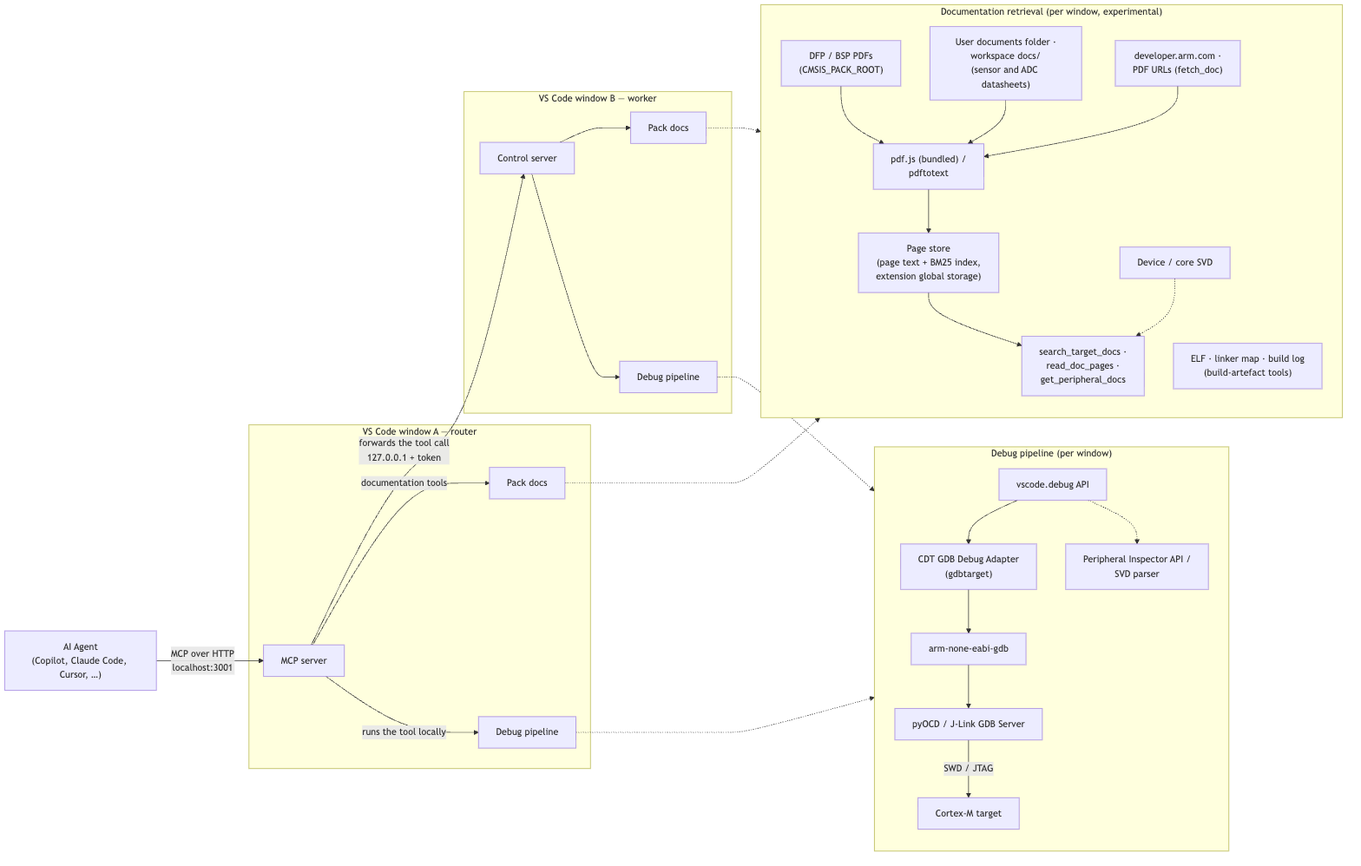
The Mermaid diagram assets/architecture.png in MatthiasHertelArm/CMSIS-Developer-Assistant, before a commit. Its source is kept beside it as assets/architecture.mmd.
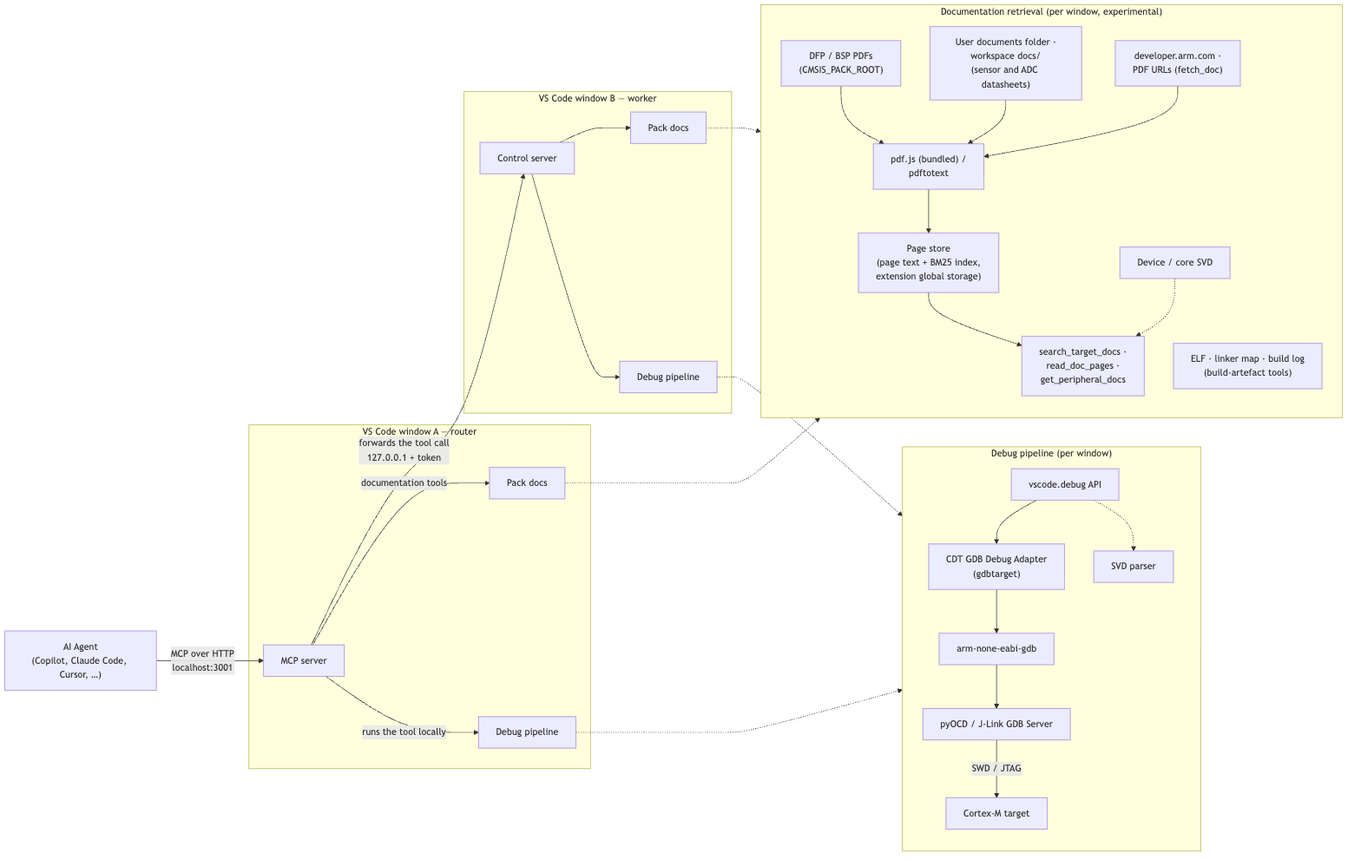
The same diagram one commit later.

Commit message:
Peripheral reads no longer probe the Peripheral Inspector

Diff of the diagram source:
```diff
@@ -48,7 +48,7 @@
         cdt --> gdb["arm-none-eabi-gdb"]
         gdb --> server["pyOCD / J-Link GDB Server"]
         server -- "SWD / JTAG" --> target["Cortex-M target"]
-        api -.-> svd["Peripheral Inspector API /<br/>SVD parser"]
+        api -.-> svd["SVD parser"]
     end
 
     subgraph docs["Documentation retrieval (per window)"]
```
